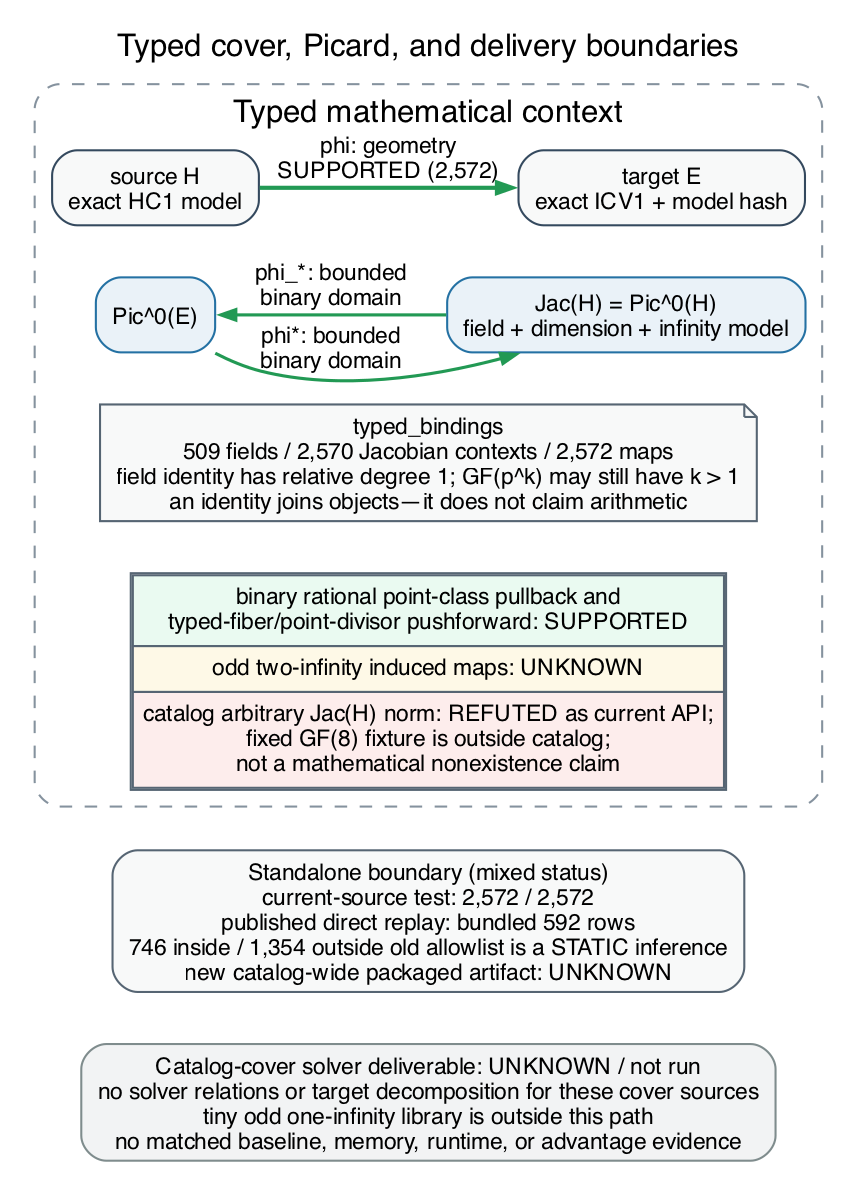
Before: research/cover_transfer_assessment_20261013/typed_transfer_context.png, a diagram exported from Graphviz (isogeny-labs/crypto). Its source is kept beside it as research/cover_transfer_assessment_20261013/typed_transfer_context.dot.
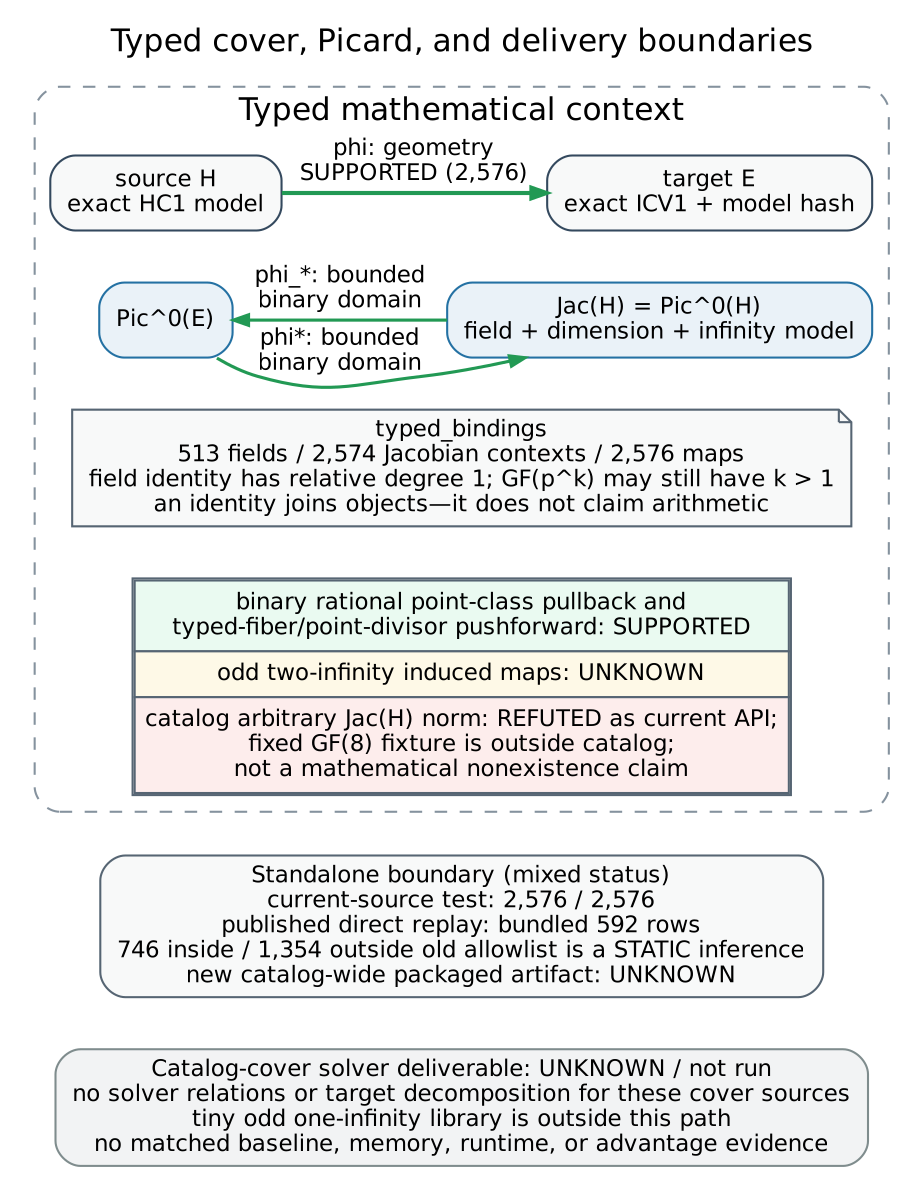
After the commit.

What changed in the source:
```diff
@@ -25,7 +25,7 @@
     jac_h [label="Jac(H) = Pic^0(H)\nfield + dimension + infinity model", fillcolor="#eaf2f8", color="#2471a3"];
 
     binding_note [
-      label="typed_bindings\n509 fields / 2,570 Jacobian contexts / 2,572 maps\nfield identity has relative degree 1; GF(p^k) may still have k > 1\nan identity joins objects—it does not claim arithmetic",
+      label="typed_bindings\n513 fields / 2,574 Jacobian contexts / 2,576 maps\nfield identity has relative degree 1; GF(p^k) may still have k > 1\nan identity joins objects—it does not claim arithmetic",
       shape=note,
       fillcolor="#f8f9f9",
       color="#566573"
@@ -43,7 +43,7 @@
 
     { rank=same; source_h; target_e; }
     { rank=same; pic_e; jac_h; }
-    source_h -> target_e [label="phi: geometry\nSUPPORTED (2,572)", color="#229954", penwidth=2];
+    source_h -> target_e [label="phi: geometry\nSUPPORTED (2,576)", color="#229954", penwidth=2];
     pic_e -> jac_h [label="phi*: bounded\nbinary domain", color="#229954", penwidth=1.5];
     jac_h -> pic_e [label="phi_*: bounded\nbinary domain", color="#229954", penwidth=1.5, constraint=false];
     source_h -> pic_e [style="invis", weight=50];
@@ -54,7 +54,7 @@
   }
 
   package [
-    label="Standalone boundary (mixed status)\ncurrent-source test: 2,572 / 2,572\npublished direct replay: bundled 592 rows\n746 inside / 1,354 outside old allowlist is a STATIC inference\nnew catalog-wide packaged artifact: UNKNOWN",
+    label="Standalone boundary (mixed status)\ncurrent-source test: 2,576 / 2,576\npublished direct replay: bundled 592 rows\n746 inside / 1,354 outside old allowlist is a STATIC inference\nnew catalog-wide packaged artifact: UNKNOWN",
     fillcolor="#f8f9f9",
     color="#566573"
   ];
```
